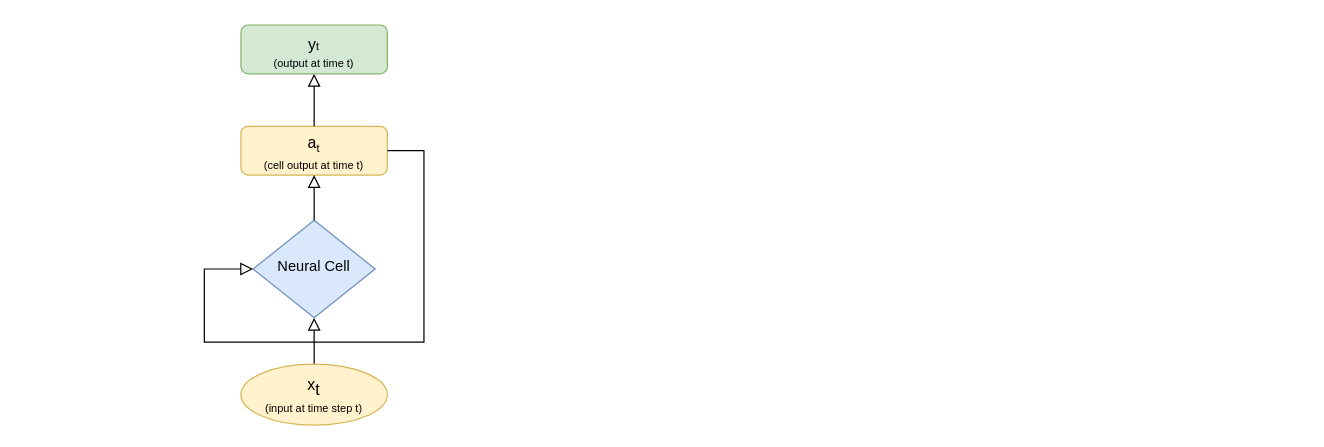
This is _notebooks/images/seq2seqLSTM/images/Untitled Diagram.drawio from nikita-yatchenko/blog, a draw.io file, before an edit. Source tidied: cells renumbered, new cells numbered last; positions are measured from the earlier drawing's top-left corner, leaving out a move shared by most shapes. Both pictures are drawn from the tidied source at 122%, with x=0, y=0 at pixel (204, 24).
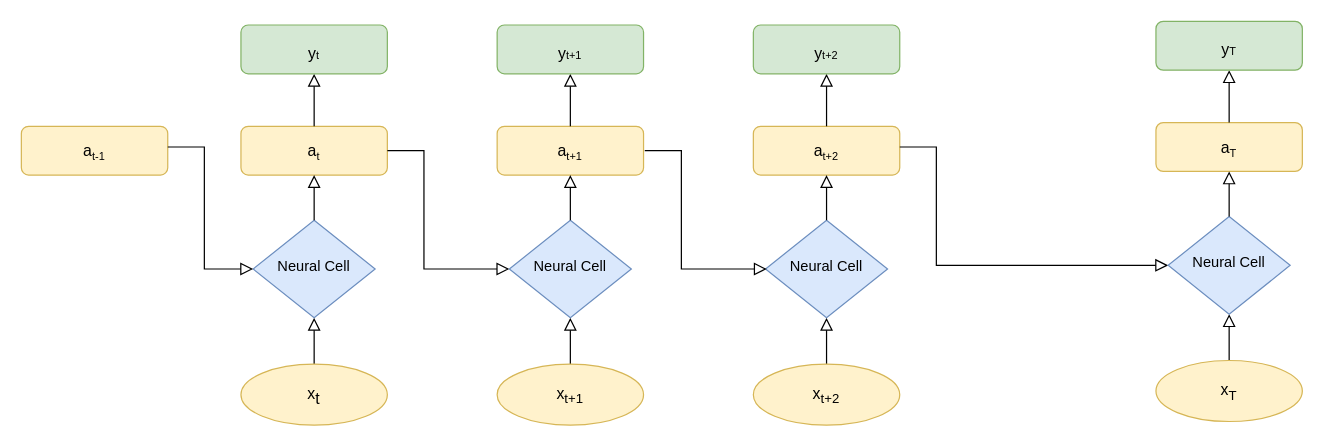
The same diagram, later.

Unchanged cells that the change refers to:
```xml
<mxCell id="5" value="Neural Cell" style="rhombus;whiteSpace=wrap;html=1;shadow=0;fontFamily=Helvetica;fontSize=12;align=center;strokeWidth=1;spacing=6;spacingTop=-4;fillColor=#dae8fc;strokeColor=#6c8ebf;" parent="1" vertex="1">
  <mxGeometry x="40" y="160" width="100" height="80" as="geometry" />
</mxCell>
```

The edit, as a diff of the source:
```diff
@@
-    <mxCell id="2" value="&lt;font style=&quot;font-size: 13px&quot;&gt;a&lt;/font&gt;&lt;sub style=&quot;font-size: 9px ; line-height: 0%&quot;&gt;&lt;font style=&quot;font-size: 9px&quot;&gt;t&lt;br&gt;&lt;/font&gt;(cell output at time t)&lt;br&gt;&lt;/sub&gt;" style="rounded=1;whiteSpace=wrap;html=1;fontSize=12;glass=0;strokeWidth=1;shadow=0;fillColor=#fff2cc;strokeColor=#d6b656;" parent="1" vertex="1">
+    <mxCell id="2" value="&lt;font style=&quot;font-size: 13px&quot;&gt;a&lt;/font&gt;&lt;sub style=&quot;font-size: 9px ; line-height: 0%&quot;&gt;&lt;font style=&quot;font-size: 9px&quot;&gt;t&lt;/font&gt;&lt;br&gt;&lt;/sub&gt;" style="rounded=1;whiteSpace=wrap;html=1;fontSize=12;glass=0;strokeWidth=1;shadow=0;fillColor=#fff2cc;strokeColor=#d6b656;" parent="1" vertex="1">
       <mxGeometry x="30" y="83" width="120" height="40" as="geometry" />
     </mxCell>
@@
-    <mxCell id="4" style="edgeStyle=orthogonalEdgeStyle;rounded=0;html=1;jettySize=auto;fontSize=11;endArrow=block;endFill=0;endSize=8;strokeWidth=1;shadow=0;labelBackgroundColor=none;entryX=0;entryY=0.5;entryDx=0;entryDy=0;exitX=1;exitY=0.5;exitDx=0;exitDy=0;" parent="1" edge="1" source="2" target="5">
+    <mxCell id="4" style="edgeStyle=orthogonalEdgeStyle;rounded=0;html=1;jettySize=auto;fontSize=11;endArrow=block;endFill=0;endSize=8;strokeWidth=1;shadow=0;labelBackgroundColor=none;entryX=0;entryY=0.5;entryDx=0;entryDy=0;exitX=1;exitY=0.5;exitDx=0;exitDy=0;" parent="1" edge="1" source="2" target="12">
       <mxGeometry y="10" relative="1" as="geometry">
         <Array as="points">
           <mxPoint x="180" y="103" />
-          <mxPoint x="180" y="260" />
-          <mxPoint y="260" />
-          <mxPoint y="200" />
+          <mxPoint x="180" y="200" />
         </Array>
       </mxGeometry>
     </mxCell>
@@
-    <mxCell id="7" value="&lt;font style=&quot;line-height: 0%&quot;&gt;&lt;span style=&quot;font-size: 13px&quot;&gt;x&lt;/span&gt;&lt;sub&gt;&lt;span style=&quot;font-size: 13px&quot;&gt;t&lt;/span&gt;&lt;br style=&quot;font-size: 11px&quot;&gt;&lt;font style=&quot;font-size: 9px&quot;&gt;(input at time step t)&lt;/font&gt;&lt;/sub&gt;&lt;/font&gt;" style="ellipse;whiteSpace=wrap;html=1;fillColor=#fff2cc;strokeColor=#d6b656;" parent="1" vertex="1">
+    <mxCell id="7" value="&lt;font style=&quot;line-height: 0%&quot;&gt;&lt;span style=&quot;font-size: 13px&quot;&gt;x&lt;/span&gt;&lt;sub&gt;&lt;span style=&quot;font-size: 13px&quot;&gt;t&lt;/span&gt;&lt;br&gt;&lt;/sub&gt;&lt;/font&gt;" style="ellipse;whiteSpace=wrap;html=1;fillColor=#fff2cc;strokeColor=#d6b656;" parent="1" vertex="1">
       <mxGeometry x="30" y="278" width="120" height="50" as="geometry" />
     </mxCell>
@@
-    <mxCell id="9" value="&lt;sub style=&quot;line-height: 0%&quot;&gt;&lt;font style=&quot;font-size: 13px&quot;&gt;y&lt;/font&gt;&lt;font style=&quot;font-size: 9px&quot;&gt;t&lt;br&gt;&lt;/font&gt;&lt;font style=&quot;font-size: 9px&quot;&gt;(output at time t)&lt;/font&gt;&lt;br&gt;&lt;/sub&gt;" style="rounded=1;whiteSpace=wrap;html=1;fontSize=12;glass=0;strokeWidth=1;shadow=0;fillColor=#d5e8d4;strokeColor=#82b366;" parent="1" vertex="1">
+    <mxCell id="9" value="&lt;sub style=&quot;line-height: 0%&quot;&gt;&lt;font style=&quot;font-size: 13px&quot;&gt;y&lt;/font&gt;&lt;font style=&quot;font-size: 9px&quot;&gt;t&lt;/font&gt;&lt;br&gt;&lt;/sub&gt;" style="rounded=1;whiteSpace=wrap;html=1;fontSize=12;glass=0;strokeWidth=1;shadow=0;fillColor=#d5e8d4;strokeColor=#82b366;" parent="1" vertex="1">
       <mxGeometry x="30" width="120" height="40" as="geometry" />
     </mxCell>
+    <mxCell id="10" value="&lt;font style=&quot;font-size: 13px&quot;&gt;a&lt;/font&gt;&lt;sub style=&quot;font-size: 9px ; line-height: 0%&quot;&gt;&lt;font style=&quot;font-size: 9px&quot;&gt;t+1&lt;/font&gt;&lt;br&gt;&lt;/sub&gt;" style="rounded=1;whiteSpace=wrap;html=1;fontSize=12;glass=0;strokeWidth=1;shadow=0;fillColor=#fff2cc;strokeColor=#d6b656;" parent="1" vertex="1">
+      <mxGeometry x="240" y="83" width="120" height="40" as="geometry" />
+    </mxCell>
+    <mxCell id="11" style="rounded=0;html=1;jettySize=auto;fontSize=11;endArrow=block;endFill=0;endSize=8;strokeWidth=1;shadow=0;labelBackgroundColor=none;edgeStyle=orthogonalEdgeStyle;exitX=0.5;exitY=0;exitDx=0;exitDy=0;" parent="1" edge="1" source="14" target="12">
+      <mxGeometry x="0.33" y="20" relative="1" as="geometry" />
+    </mxCell>
+    <mxCell id="12" value="Neural Cell" style="rhombus;whiteSpace=wrap;html=1;shadow=0;fontFamily=Helvetica;fontSize=12;align=center;strokeWidth=1;spacing=6;spacingTop=-4;fillColor=#dae8fc;strokeColor=#6c8ebf;" parent="1" vertex="1">
+      <mxGeometry x="250" y="160" width="100" height="80" as="geometry" />
+    </mxCell>
+    <mxCell id="13" style="rounded=0;html=1;jettySize=auto;fontSize=11;endArrow=block;endFill=0;endSize=8;strokeWidth=1;shadow=0;labelBackgroundColor=none;edgeStyle=orthogonalEdgeStyle;exitX=0.5;exitY=0;exitDx=0;exitDy=0;entryX=0.5;entryY=1;entryDx=0;entryDy=0;" parent="1" edge="1" source="12" target="10">
+      <mxGeometry x="0.33" y="20" relative="1" as="geometry">
+        <Array as="points">
+          <mxPoint x="300" y="140" />
+          <mxPoint x="300" y="140" />
+        </Array>
+      </mxGeometry>
+    </mxCell>
+    <mxCell id="14" value="&lt;font style=&quot;line-height: 0%&quot;&gt;&lt;span style=&quot;font-size: 13px&quot;&gt;x&lt;/span&gt;&lt;span style=&quot;font-size: 13px&quot;&gt;&lt;sub&gt;t+1&lt;/sub&gt;&lt;/span&gt;&lt;br&gt;&lt;/font&gt;" style="ellipse;whiteSpace=wrap;html=1;fillColor=#fff2cc;strokeColor=#d6b656;" parent="1" vertex="1">
+      <mxGeometry x="240" y="278" width="120" height="50" as="geometry" />
+    </mxCell>
+    <mxCell id="15" style="rounded=0;html=1;jettySize=auto;fontSize=11;endArrow=block;endFill=0;endSize=8;strokeWidth=1;shadow=0;labelBackgroundColor=none;edgeStyle=orthogonalEdgeStyle;exitX=0.5;exitY=0;exitDx=0;exitDy=0;" parent="1" edge="1" source="10">
+      <mxGeometry x="0.33" y="20" relative="1" as="geometry">
+        <mxPoint x="300" y="40" as="targetPoint" />
+        <Array as="points">
+          <mxPoint x="300" y="40" />
+        </Array>
+      </mxGeometry>
+    </mxCell>
+    <mxCell id="16" value="&lt;sub style=&quot;line-height: 0%&quot;&gt;&lt;font style=&quot;font-size: 13px&quot;&gt;y&lt;/font&gt;&lt;font style=&quot;font-size: 9px&quot;&gt;t+1&lt;/font&gt;&lt;br&gt;&lt;/sub&gt;" style="rounded=1;whiteSpace=wrap;html=1;fontSize=12;glass=0;strokeWidth=1;shadow=0;fillColor=#d5e8d4;strokeColor=#82b366;" parent="1" vertex="1">
+      <mxGeometry x="240" width="120" height="40" as="geometry" />
+    </mxCell>
+    <mxCell id="17" value="&lt;font style=&quot;font-size: 13px&quot;&gt;a&lt;/font&gt;&lt;sub style=&quot;font-size: 9px ; line-height: 0%&quot;&gt;&lt;font style=&quot;font-size: 9px&quot;&gt;t+2&lt;/font&gt;&lt;br&gt;&lt;/sub&gt;" style="rounded=1;whiteSpace=wrap;html=1;fontSize=12;glass=0;strokeWidth=1;shadow=0;fillColor=#fff2cc;strokeColor=#d6b656;" parent="1" vertex="1">
+      <mxGeometry x="450" y="83" width="120" height="40" as="geometry" />
+    </mxCell>
+    <mxCell id="18" style="rounded=0;html=1;jettySize=auto;fontSize=11;endArrow=block;endFill=0;endSize=8;strokeWidth=1;shadow=0;labelBackgroundColor=none;edgeStyle=orthogonalEdgeStyle;exitX=0.5;exitY=0;exitDx=0;exitDy=0;" parent="1" edge="1" source="21" target="19">
+      <mxGeometry x="0.33" y="20" relative="1" as="geometry" />
+    </mxCell>
+    <mxCell id="19" value="Neural Cell" style="rhombus;whiteSpace=wrap;html=1;shadow=0;fontFamily=Helvetica;fontSize=12;align=center;strokeWidth=1;spacing=6;spacingTop=-4;fillColor=#dae8fc;strokeColor=#6c8ebf;" parent="1" vertex="1">
+      <mxGeometry x="460" y="160" width="100" height="80" as="geometry" />
+    </mxCell>
+    <mxCell id="20" style="rounded=0;html=1;jettySize=auto;fontSize=11;endArrow=block;endFill=0;endSize=8;strokeWidth=1;shadow=0;labelBackgroundColor=none;edgeStyle=orthogonalEdgeStyle;exitX=0.5;exitY=0;exitDx=0;exitDy=0;entryX=0.5;entryY=1;entryDx=0;entryDy=0;" parent="1" edge="1" source="19" target="17">
+      <mxGeometry x="0.33" y="20" relative="1" as="geometry">
+        <Array as="points">
+          <mxPoint x="510" y="140" />
+          <mxPoint x="510" y="140" />
+        </Array>
+      </mxGeometry>
+    </mxCell>
+    <mxCell id="21" value="&lt;font style=&quot;line-height: 0%&quot;&gt;&lt;span style=&quot;font-size: 13px&quot;&gt;x&lt;sub&gt;t+2&lt;/sub&gt;&lt;/span&gt;&lt;sub&gt;&lt;br&gt;&lt;/sub&gt;&lt;/font&gt;" style="ellipse;whiteSpace=wrap;html=1;fillColor=#fff2cc;strokeColor=#d6b656;" parent="1" vertex="1">
+      <mxGeometry x="450" y="278" width="120" height="50" as="geometry" />
+    </mxCell>
+    <mxCell id="22" style="rounded=0;html=1;jettySize=auto;fontSize=11;endArrow=block;endFill=0;endSize=8;strokeWidth=1;shadow=0;labelBackgroundColor=none;edgeStyle=orthogonalEdgeStyle;exitX=0.5;exitY=0;exitDx=0;exitDy=0;" parent="1" edge="1" source="17">
+      <mxGeometry x="0.33" y="20" relative="1" as="geometry">
+        <mxPoint x="510" y="40" as="targetPoint" />
+        <Array as="points">
+          <mxPoint x="510" y="40" />
+        </Array>
+      </mxGeometry>
+    </mxCell>
+    <mxCell id="23" value="&lt;sub style=&quot;line-height: 0%&quot;&gt;&lt;font style=&quot;font-size: 13px&quot;&gt;y&lt;/font&gt;&lt;font style=&quot;font-size: 9px&quot;&gt;t+2&lt;/font&gt;&lt;br&gt;&lt;/sub&gt;" style="rounded=1;whiteSpace=wrap;html=1;fontSize=12;glass=0;strokeWidth=1;shadow=0;fillColor=#d5e8d4;strokeColor=#82b366;" parent="1" vertex="1">
+      <mxGeometry x="450" width="120" height="40" as="geometry" />
+    </mxCell>
+    <mxCell id="24" value="&lt;font style=&quot;font-size: 13px&quot;&gt;a&lt;/font&gt;&lt;sub style=&quot;font-size: 9px ; line-height: 0%&quot;&gt;&lt;font style=&quot;font-size: 9px&quot;&gt;t-1&lt;/font&gt;&lt;br&gt;&lt;/sub&gt;" style="rounded=1;whiteSpace=wrap;html=1;fontSize=12;glass=0;strokeWidth=1;shadow=0;fillColor=#fff2cc;strokeColor=#d6b656;" parent="1" vertex="1">
+      <mxGeometry x="-150" y="83" width="120" height="40" as="geometry" />
+    </mxCell>
+    <mxCell id="25" style="edgeStyle=orthogonalEdgeStyle;rounded=0;html=1;jettySize=auto;fontSize=11;endArrow=block;endFill=0;endSize=8;strokeWidth=1;shadow=0;labelBackgroundColor=none;exitX=1;exitY=0.5;exitDx=0;exitDy=0;entryX=0;entryY=0.5;entryDx=0;entryDy=0;" parent="1" edge="1" target="5">
+      <mxGeometry y="10" relative="1" as="geometry">
+        <mxPoint x="-30" y="100" as="sourcePoint" />
+        <Array as="points">
+          <mxPoint y="100" />
+          <mxPoint y="200" />
+        </Array>
+      </mxGeometry>
+    </mxCell>
+    <mxCell id="26" style="edgeStyle=orthogonalEdgeStyle;rounded=0;html=1;jettySize=auto;orthogonalLoop=1;fontSize=11;endArrow=block;endFill=0;endSize=8;strokeWidth=1;shadow=0;labelBackgroundColor=none;entryX=0;entryY=0.5;entryDx=0;entryDy=0;exitX=1;exitY=0.5;exitDx=0;exitDy=0;" parent="1" edge="1">
+      <mxGeometry y="10" relative="1" as="geometry">
+        <mxPoint x="361" y="103" as="sourcePoint" />
+        <mxPoint x="461" y="200" as="targetPoint" />
+        <Array as="points">
+          <mxPoint x="391" y="103" />
+          <mxPoint x="391" y="200" />
+        </Array>
+      </mxGeometry>
+    </mxCell>
+    <mxCell id="27" style="edgeStyle=orthogonalEdgeStyle;rounded=0;html=1;jettySize=auto;orthogonalLoop=1;fontSize=11;endArrow=block;endFill=0;endSize=8;strokeWidth=1;shadow=0;labelBackgroundColor=none;exitX=1;exitY=0.5;exitDx=0;exitDy=0;" parent="1" edge="1">
+      <mxGeometry y="10" relative="1" as="geometry">
+        <mxPoint x="570" y="100" as="sourcePoint" />
+        <mxPoint x="790" y="197" as="targetPoint" />
+        <Array as="points">
+          <mxPoint x="600" y="100" />
+          <mxPoint x="600" y="197" />
+        </Array>
+      </mxGeometry>
+    </mxCell>
+    <mxCell id="28" value="&lt;font style=&quot;font-size: 13px&quot;&gt;a&lt;/font&gt;&lt;sub style=&quot;font-size: 9px ; line-height: 0%&quot;&gt;&lt;font style=&quot;font-size: 9px&quot;&gt;T&lt;/font&gt;&lt;br&gt;&lt;/sub&gt;" style="rounded=1;whiteSpace=wrap;html=1;fontSize=12;glass=0;strokeWidth=1;shadow=0;fillColor=#fff2cc;strokeColor=#d6b656;" parent="1" vertex="1">
+      <mxGeometry x="780" y="80" width="120" height="40" as="geometry" />
+    </mxCell>
+    <mxCell id="29" style="rounded=0;html=1;jettySize=auto;fontSize=11;endArrow=block;endFill=0;endSize=8;strokeWidth=1;shadow=0;labelBackgroundColor=none;edgeStyle=orthogonalEdgeStyle;exitX=0.5;exitY=0;exitDx=0;exitDy=0;" parent="1" edge="1" source="32" target="30">
+      <mxGeometry x="0.33" y="20" relative="1" as="geometry" />
+    </mxCell>
+    <mxCell id="30" value="Neural Cell" style="rhombus;whiteSpace=wrap;html=1;shadow=0;fontFamily=Helvetica;fontSize=12;align=center;strokeWidth=1;spacing=6;spacingTop=-4;fillColor=#dae8fc;strokeColor=#6c8ebf;" parent="1" vertex="1">
+      <mxGeometry x="790" y="157" width="100" height="80" as="geometry" />
+    </mxCell>
+    <mxCell id="31" style="rounded=0;html=1;jettySize=auto;fontSize=11;endArrow=block;endFill=0;endSize=8;strokeWidth=1;shadow=0;labelBackgroundColor=none;edgeStyle=orthogonalEdgeStyle;exitX=0.5;exitY=0;exitDx=0;exitDy=0;entryX=0.5;entryY=1;entryDx=0;entryDy=0;" parent="1" edge="1" source="30" target="28">
+      <mxGeometry x="0.33" y="20" relative="1" as="geometry">
+        <Array as="points">
+          <mxPoint x="840" y="137" />
+          <mxPoint x="840" y="137" />
+        </Array>
+      </mxGeometry>
+    </mxCell>
+    <mxCell id="32" value="&lt;font style=&quot;line-height: 0%&quot;&gt;&lt;span style=&quot;font-size: 13px&quot;&gt;x&lt;sub&gt;T&lt;/sub&gt;&lt;/span&gt;&lt;sub&gt;&lt;br&gt;&lt;/sub&gt;&lt;/font&gt;" style="ellipse;whiteSpace=wrap;html=1;fillColor=#fff2cc;strokeColor=#d6b656;" parent="1" vertex="1">
+      <mxGeometry x="780" y="275" width="120" height="50" as="geometry" />
+    </mxCell>
+    <mxCell id="33" style="rounded=0;html=1;jettySize=auto;fontSize=11;endArrow=block;endFill=0;endSize=8;strokeWidth=1;shadow=0;labelBackgroundColor=none;edgeStyle=orthogonalEdgeStyle;exitX=0.5;exitY=0;exitDx=0;exitDy=0;" parent="1" edge="1" source="28">
+      <mxGeometry x="0.33" y="20" relative="1" as="geometry">
+        <mxPoint x="840" y="37" as="targetPoint" />
+        <Array as="points">
+          <mxPoint x="840" y="37" />
+        </Array>
+      </mxGeometry>
+    </mxCell>
+    <mxCell id="34" value="&lt;sub style=&quot;line-height: 0%&quot;&gt;&lt;font style=&quot;font-size: 13px&quot;&gt;y&lt;/font&gt;&lt;font style=&quot;font-size: 9px&quot;&gt;T&lt;/font&gt;&lt;br&gt;&lt;/sub&gt;" style="rounded=1;whiteSpace=wrap;html=1;fontSize=12;glass=0;strokeWidth=1;shadow=0;fillColor=#d5e8d4;strokeColor=#82b366;" parent="1" vertex="1">
+      <mxGeometry x="780" y="-3" width="120" height="40" as="geometry" />
+    </mxCell>
```
